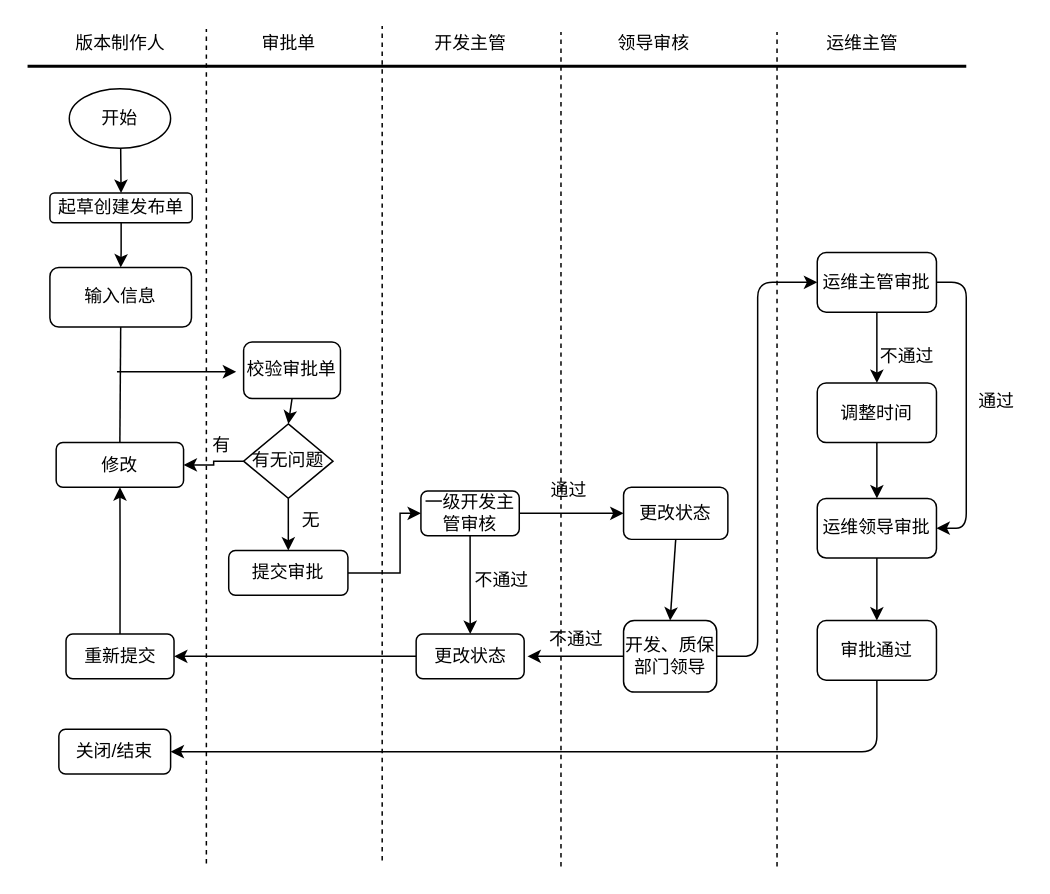
Before: src/com/cupd/sharon/Untitled Diagram.drawio in sharonwq/sharon_test, a draw.io diagram. Source tidied: cells renumbered, new cells numbered last; positions are measured from the earlier drawing's top-left corner, leaving out a move shared by most shapes. Both pictures are drawn from the tidied source at 149%, with x=0, y=0 at pixel (27, 25).
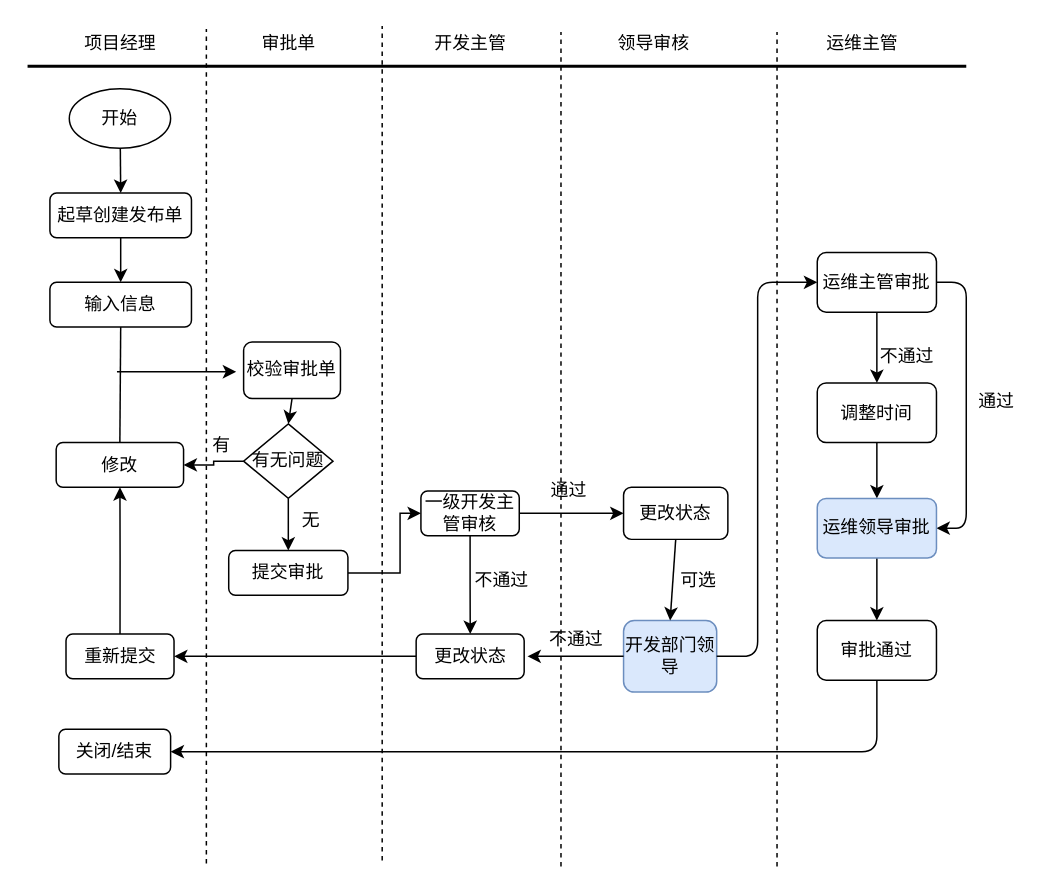
After the change.

What changed in the source:
```diff
@@
-    <mxCell id="3" value="版本制作人" style="text;html=1;align=center;verticalAlign=middle;strokeColor=none;" parent="1" vertex="1">
-      <mxGeometry x="22" y="2" width="80" height="20" as="geometry" />
+    <mxCell id="3" value="项目经理" style="text;html=1;align=center;verticalAlign=middle;strokeColor=none;" parent="1" vertex="1">
+      <mxGeometry x="32" y="2" width="60" height="20" as="geometry" />
     </mxCell>
@@
     <mxCell id="10" value="起草创建发布单" style="rounded=1;whiteSpace=wrap;html=1;" parent="1" vertex="1">
-      <mxGeometry x="15" y="112" width="95.5" height="20" as="geometry" />
+      <mxGeometry x="15" y="112" width="95" height="30" as="geometry" />
     </mxCell>
     <mxCell id="11" value="输入信息" style="rounded=1;whiteSpace=wrap;html=1;" parent="1" vertex="1">
-      <mxGeometry x="15" y="162" width="95" height="40" as="geometry" />
+      <mxGeometry x="15" y="172" width="95" height="30" as="geometry" />
     </mxCell>
@@
-    <mxCell id="21" value="开发、质保部门领导" style="rounded=1;whiteSpace=wrap;html=1;" parent="1" vertex="1">
+    <mxCell id="21" value="开发部门领导" style="rounded=1;whiteSpace=wrap;html=1;fillColor=#dae8fc;strokeColor=#6c8ebf;" parent="1" vertex="1">
       <mxGeometry x="400" y="399" width="62.5" height="48" as="geometry" />
     </mxCell>
@@
-    <mxCell id="55" value="运维领导审批" style="rounded=1;whiteSpace=wrap;html=1;" parent="1" vertex="1">
+    <mxCell id="55" value="运维领导审批" style="rounded=1;whiteSpace=wrap;html=1;fillColor=#dae8fc;strokeColor=#6c8ebf;" parent="1" vertex="1">
       <mxGeometry x="530" y="317" width="80" height="40" as="geometry" />
     </mxCell>
+    <mxCell id="56" value="可选" style="text;html=1;align=center;verticalAlign=middle;strokeColor=none;" parent="1" vertex="1">
+      <mxGeometry x="430" y="362" width="40" height="20" as="geometry" />
+    </mxCell>
```
